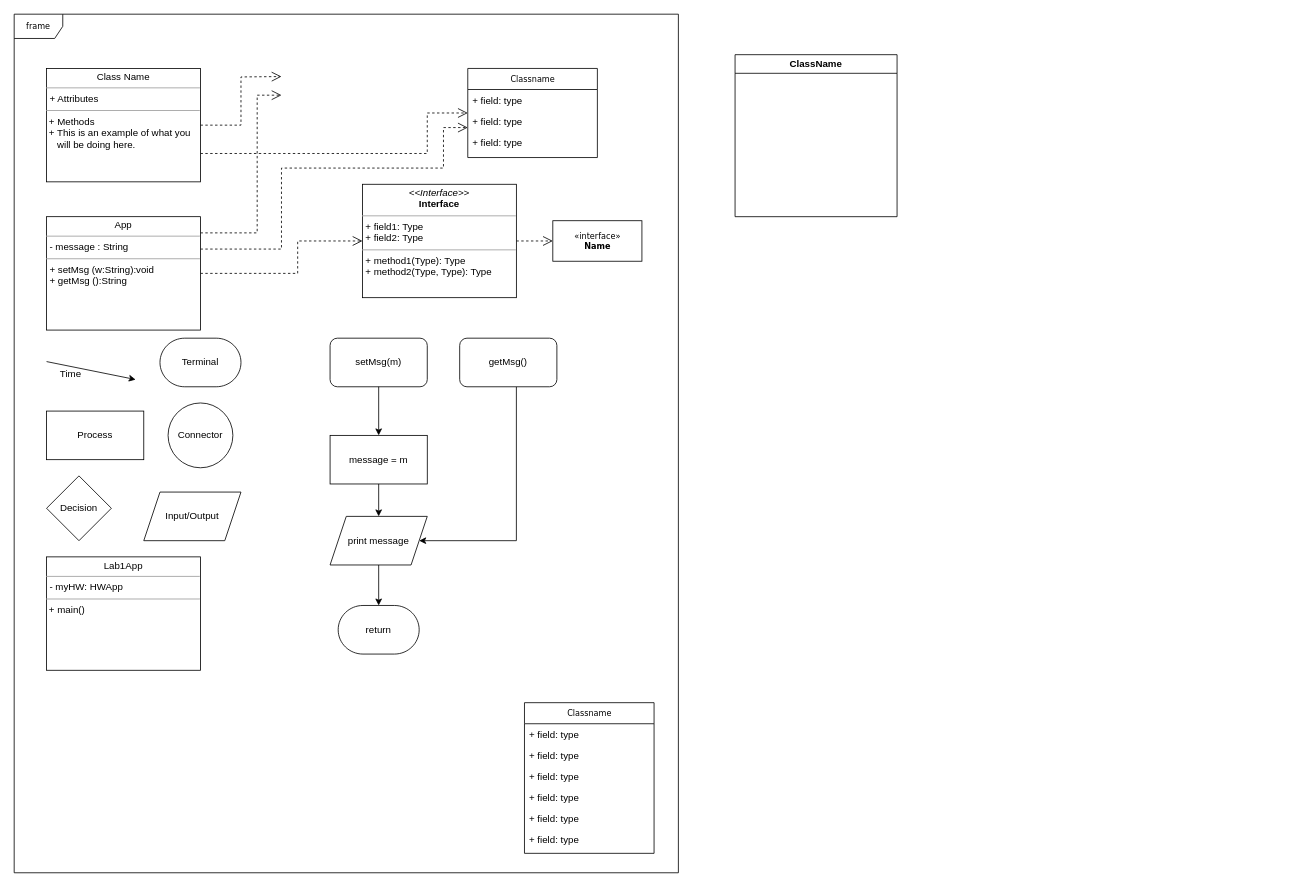
Above: Lab 1.drawio in EthanLawr/CISC122 (draw.io), before the change. Source tidied: cells renumbered, new cells numbered last; positions are measured from the earlier drawing's top-left corner, leaving out a move shared by most shapes. Both pictures are drawn from the tidied source at 81%, with x=0, y=0 at pixel (14, 14).
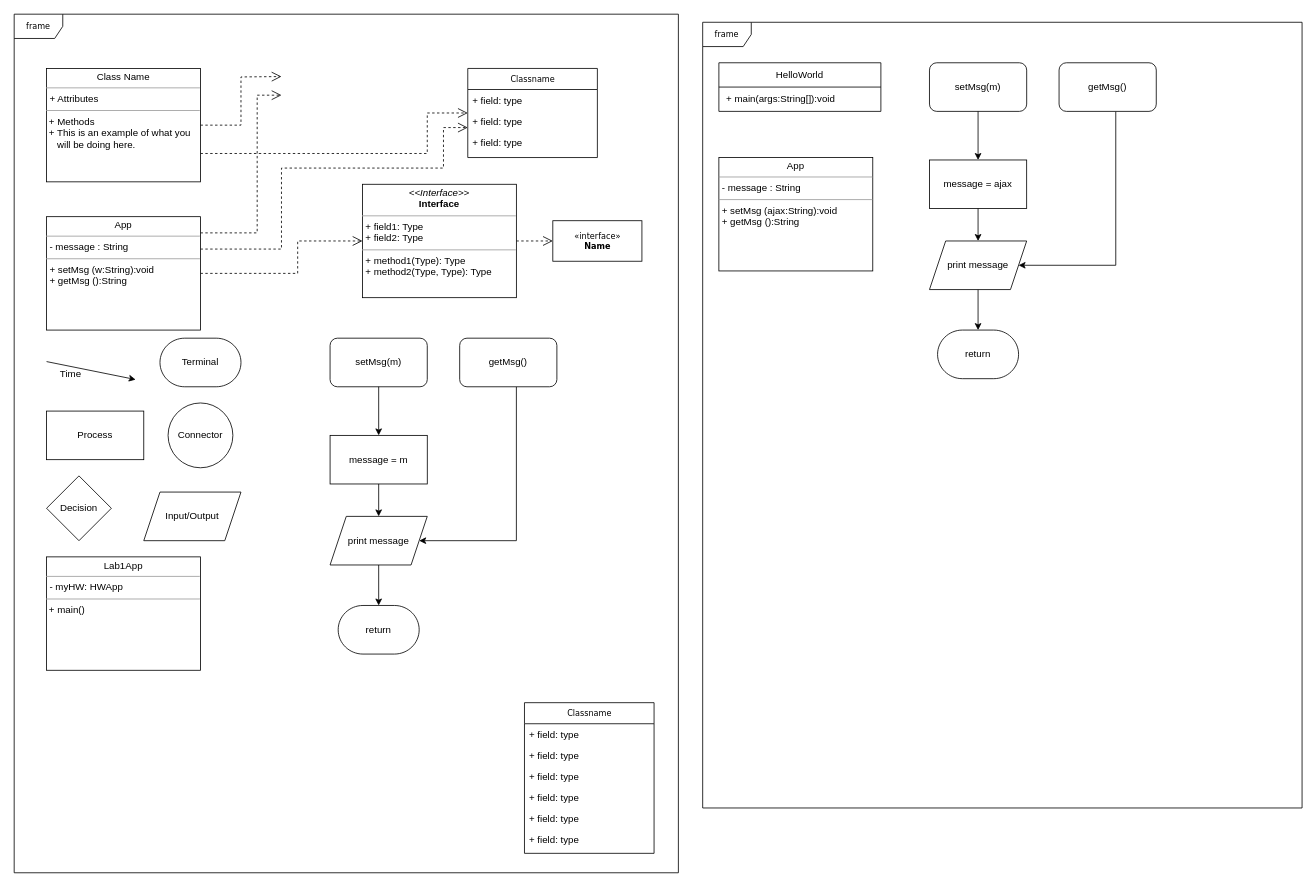
Above is the later version.

The edit, as a diff of the source:
```diff
@@
-    <mxCell id="24" value="ClassName" style="swimlane;whiteSpace=wrap;html=1;" parent="1" vertex="1">
-      <mxGeometry x="890" y="50" width="200" height="200" as="geometry" />
-    </mxCell>
@@
+    <mxCell id="42" value="HelloWorld" style="swimlane;fontStyle=0;horizontal=1;startSize=30;whiteSpace=wrap;html=1;" parent="1" vertex="1">
+      <mxGeometry x="870" y="60" width="200" height="60" as="geometry" />
+    </mxCell>
+    <mxCell id="43" value="&amp;nbsp;+ main(args:String[]):void" style="text;strokeColor=none;fillColor=none;align=left;verticalAlign=middle;spacingLeft=4;spacingRight=4;overflow=hidden;whiteSpace=wrap;html=1;" parent="42" vertex="1">
+      <mxGeometry y="30" width="200" height="30" as="geometry" />
+    </mxCell>
+    <mxCell id="44" value="&lt;p style=&quot;margin:0px;margin-top:4px;text-align:center;&quot;&gt;App&lt;br&gt;&lt;/p&gt;&lt;hr size=&quot;1&quot;&gt;&lt;p style=&quot;margin:0px;margin-left:4px;&quot;&gt;- message : String&lt;br&gt;&lt;/p&gt;&lt;hr size=&quot;1&quot;&gt;&lt;p style=&quot;margin:0px;margin-left:4px;&quot;&gt;+ setMsg (ajax:String):void&lt;/p&gt;&lt;p style=&quot;margin:0px;margin-left:4px;&quot;&gt;+ getMsg ():String&lt;br&gt;&lt;/p&gt;" style="verticalAlign=top;align=left;overflow=fill;fontSize=12;fontFamily=Helvetica;html=1;rounded=0;shadow=0;comic=0;labelBackgroundColor=none;strokeWidth=1;" parent="1" vertex="1">
+      <mxGeometry x="870" y="177" width="190" height="140" as="geometry" />
+    </mxCell>
+    <mxCell id="45" value="frame" style="shape=umlFrame;whiteSpace=wrap;html=1;rounded=0;shadow=0;comic=0;labelBackgroundColor=none;strokeWidth=1;fontFamily=Verdana;fontSize=10;align=center;" parent="1" vertex="1">
+      <mxGeometry x="850" y="10" width="740" height="970" as="geometry" />
+    </mxCell>
+    <mxCell id="46" value="setMsg(m)" style="rounded=1;whiteSpace=wrap;html=1;" parent="1" vertex="1">
+      <mxGeometry x="1130" y="60" width="120" height="60" as="geometry" />
+    </mxCell>
+    <mxCell id="47" value="message = ajax" style="rounded=0;whiteSpace=wrap;html=1;" parent="1" vertex="1">
+      <mxGeometry x="1130" y="180" width="120" height="60" as="geometry" />
+    </mxCell>
+    <mxCell id="48" style="endArrow=classic;html=1;rounded=0;" parent="1" edge="1" source="46" target="47">
+      <mxGeometry relative="1" as="geometry" />
+    </mxCell>
+    <mxCell id="49" style="edgeStyle=orthogonalEdgeStyle;rounded=0;jettySize=auto;html=1;" parent="1" edge="1" source="50" target="52">
+      <mxGeometry relative="1" as="geometry" />
+    </mxCell>
+    <mxCell id="50" value="print message" style="shape=parallelogram;perimeter=parallelogramPerimeter;whiteSpace=wrap;html=1;fixedSize=1;" parent="1" vertex="1">
+      <mxGeometry x="1130" y="280" width="120" height="60" as="geometry" />
+    </mxCell>
+    <mxCell id="51" style="endArrow=classic;html=1;rounded=0;" parent="1" edge="1" source="47" target="50">
+      <mxGeometry relative="1" as="geometry" />
+    </mxCell>
+    <mxCell id="52" value="return" style="strokeWidth=1;html=1;shape=mxgraph.flowchart.terminator;whiteSpace=wrap;" parent="1" vertex="1">
+      <mxGeometry x="1140" y="390" width="100" height="60" as="geometry" />
+    </mxCell>
+    <mxCell id="53" style="edgeStyle=orthogonalEdgeStyle;rounded=0;jettySize=auto;html=1;" parent="1" edge="1" source="54" target="50">
+      <mxGeometry relative="1" as="geometry">
+        <Array as="points">
+          <mxPoint x="1360" y="310" />
+        </Array>
+      </mxGeometry>
+    </mxCell>
+    <mxCell id="54" value="getMsg()" style="rounded=1;whiteSpace=wrap;html=1;" parent="1" vertex="1">
+      <mxGeometry x="1290" y="60" width="120" height="60" as="geometry" />
+    </mxCell>
```
